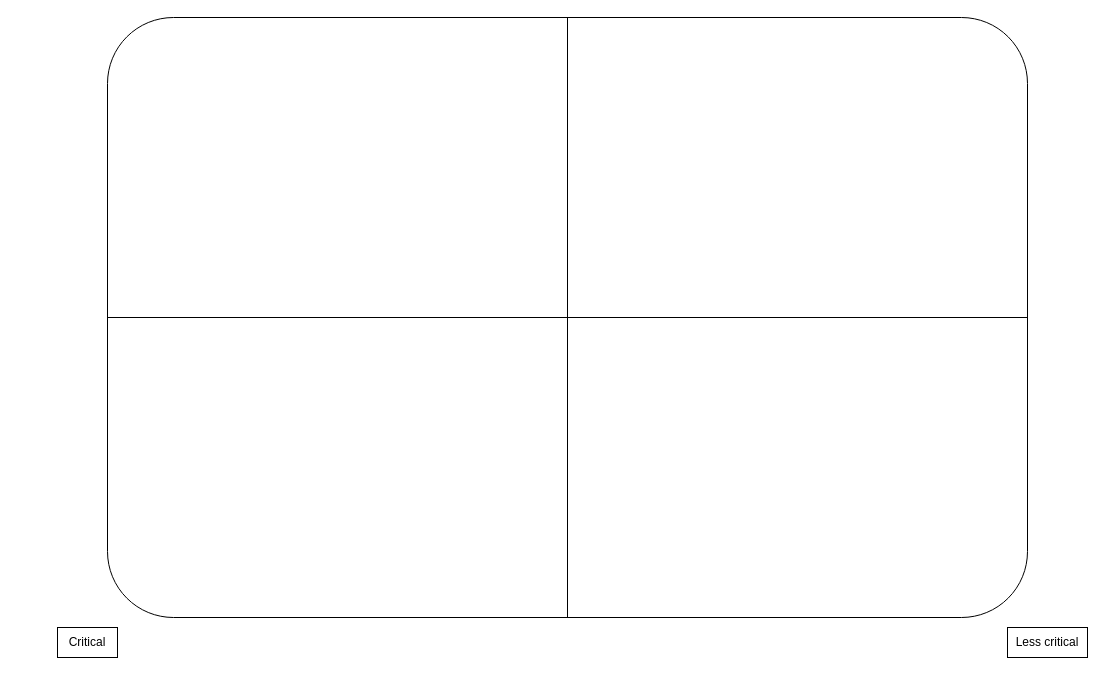
This is Untitled Diagram.drawio from badonders/badonders, a draw.io file, before an edit. Source tidied: cells renumbered, new cells numbered last; positions are measured from the earlier drawing's top-left corner, leaving out a move shared by most shapes. Both pictures are drawn from the tidied source at 100%, with x=0, y=0 at pixel (57, 17).
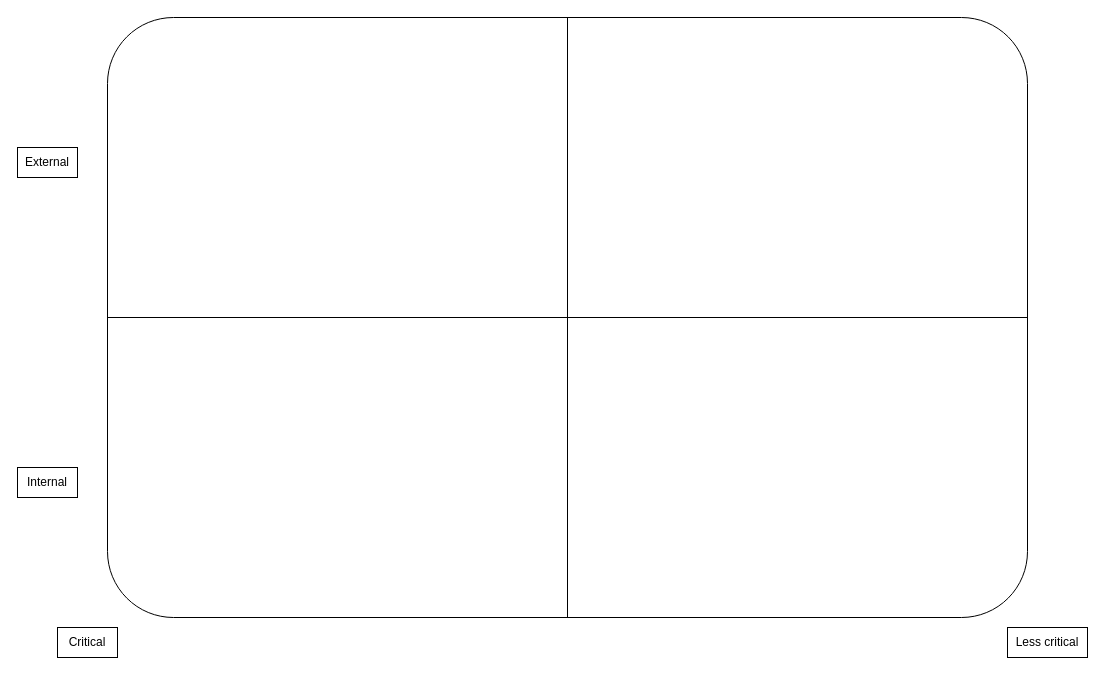
The same page after the edit.

Change to the diagram source:
```diff
@@
 <mxGraphModel>
   <root>
     <mxCell id="0" />
     <mxCell id="1" parent="0" />
     <mxCell id="2" style="rounded=1;whiteSpace=wrap;html=1;arcSize=11;" parent="1" vertex="1">
       <mxGeometry x="50" width="920" height="600" as="geometry" />
     </mxCell>
     <mxCell id="3" style="endArrow=none;html=1;rounded=0;exitX=0;exitY=0.5;exitDx=0;exitDy=0;entryX=1;entryY=0.5;entryDx=0;entryDy=0;" parent="1" edge="1" source="2" target="2">
       <mxGeometry relative="1" as="geometry" />
     </mxCell>
     <mxCell id="4" style="endArrow=none;html=1;rounded=0;entryX=0.5;entryY=0;entryDx=0;entryDy=0;exitX=0.5;exitY=1;exitDx=0;exitDy=0;" parent="1" edge="1" source="2" target="2">
       <mxGeometry relative="1" as="geometry" />
     </mxCell>
     <mxCell id="5" value="Critical" style="text;html=1;strokeColor=default;fillColor=none;align=center;verticalAlign=middle;whiteSpace=wrap;rounded=0;" parent="1" vertex="1">
       <mxGeometry y="610" width="60" height="30" as="geometry" />
     </mxCell>
     <mxCell id="6" value="Less critical" style="text;html=1;strokeColor=default;fillColor=none;align=center;verticalAlign=middle;whiteSpace=wrap;rounded=0;" parent="1" vertex="1">
       <mxGeometry x="950" y="610" width="80" height="30" as="geometry" />
     </mxCell>
+    <mxCell id="7" value="External" style="text;html=1;strokeColor=default;fillColor=none;align=center;verticalAlign=middle;whiteSpace=wrap;rounded=0;" parent="1" vertex="1">
+      <mxGeometry x="-40" y="130" width="60" height="30" as="geometry" />
+    </mxCell>
+    <mxCell id="8" value="Internal" style="text;html=1;strokeColor=default;fillColor=none;align=center;verticalAlign=middle;whiteSpace=wrap;rounded=0;" parent="1" vertex="1">
+      <mxGeometry x="-40" y="450" width="60" height="30" as="geometry" />
+    </mxCell>
   </root>
 </mxGraphModel>
```
